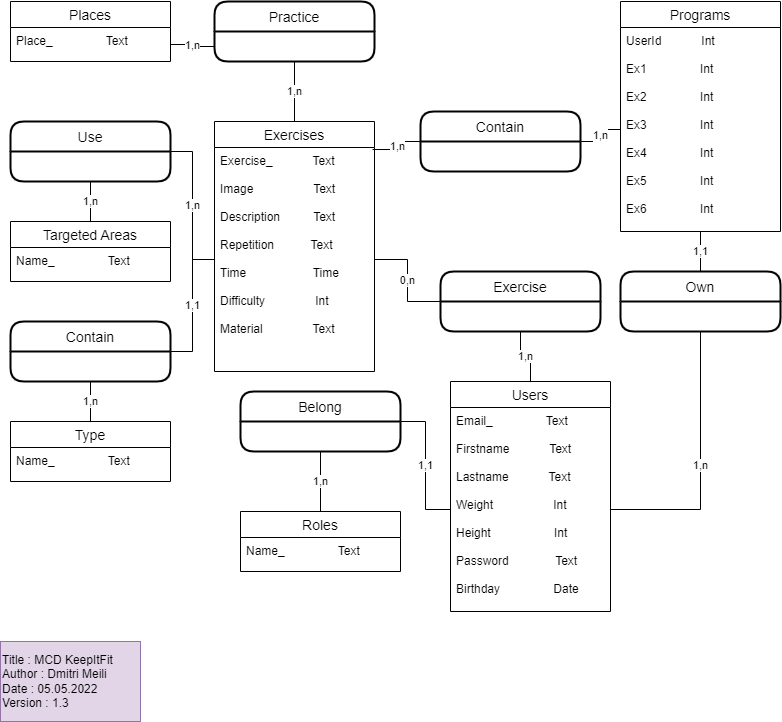
Above: Doc/MCD-MLD/MCD.png in dmitrimeili/KeepItFit (draw.io), before the change. Source tidied: cells renumbered, new cells last; positions are measured from the earlier drawing's top-left corner, leaving out a move shared by most shapes.
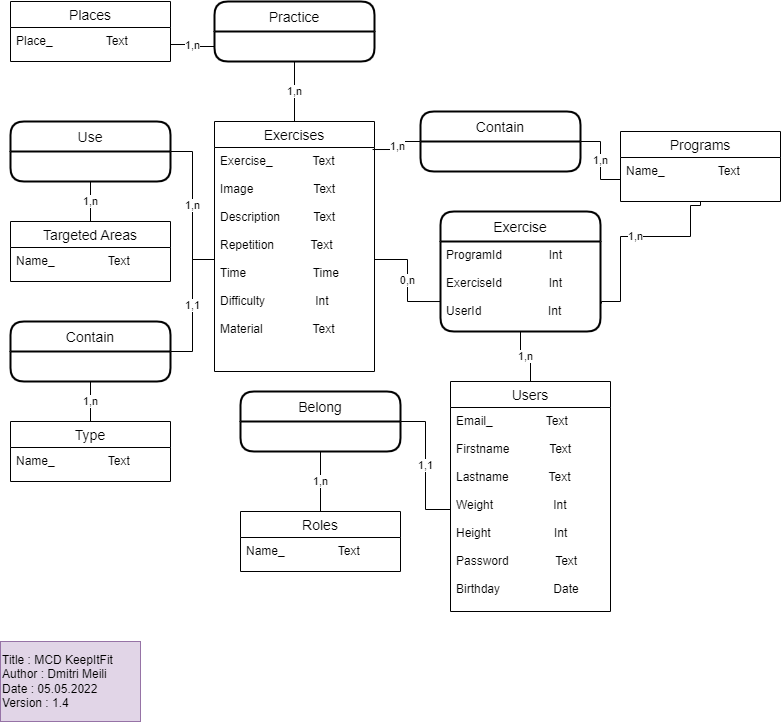
Above is the later version.

Commit message:
update mcd & create use case

What changed in the source:
```diff
@@ -2,7 +2,7 @@
   <root>
     <mxCell id="0" />
     <mxCell id="1" parent="0" />
-    <mxCell id="2" value="1,n" style="edgeStyle=orthogonalEdgeStyle;rounded=0;jettySize=auto;html=1;exitX=0.5;exitY=0;exitDx=0;exitDy=0;entryX=0.5;entryY=1;entryDx=0;entryDy=0;endArrow=none;endFill=0;" parent="1" edge="1" source="3" target="16">
+    <mxCell id="2" value="1,n" style="edgeStyle=orthogonalEdgeStyle;rounded=0;jettySize=auto;html=1;exitX=0.5;exitY=0;exitDx=0;exitDy=0;entryX=0.5;entryY=1;entryDx=0;entryDy=0;endArrow=none;endFill=0;" parent="1" edge="1" source="3" target="38">
       <mxGeometry relative="1" as="geometry" />
     </mxCell>
     <mxCell id="3" value="Users" style="swimlane;fontStyle=0;horizontal=1;startSize=26;align=center;fontSize=14;" parent="1" vertex="1">
@@ -41,12 +41,21 @@
     <mxCell id="14" value="Exercise_            Text&#10;&#10;Image                  Text&#10;&#10;Description          Text&#10;&#10;Repetition           Text&#10;&#10;Time                    Time&#10;&#10;Difficulty               Int&#10;&#10;Material               Text&#10;&#10;" style="text;strokeColor=none;fillColor=none;spacingLeft=4;spacingRight=4;overflow=hidden;points=[[0,0.5],[1,0.5]];portConstraint=eastwest;fontSize=12;" parent="13" vertex="1">
       <mxGeometry y="26" width="160" height="224" as="geometry" />
     </mxCell>
-    <mxCell id="15" value="0,n" style="edgeStyle=orthogonalEdgeStyle;rounded=0;jettySize=auto;html=1;exitX=0;exitY=0.5;exitDx=0;exitDy=0;endArrow=none;endFill=0;" parent="1" edge="1" source="16" target="14">
+    <mxCell id="15" value="0,n" style="edgeStyle=orthogonalEdgeStyle;rounded=0;jettySize=auto;html=1;exitX=0;exitY=0.667;exitDx=0;exitDy=0;endArrow=none;endFill=0;exitPerimeter=0;" parent="1" edge="1" source="38" target="14">
       <mxGeometry relative="1" as="geometry" />
     </mxCell>
-    <mxCell id="16" value="Exercise" style="swimlane;horizontal=1;startSize=30;rounded=1;fontSize=14;fontStyle=0;strokeWidth=2;shadow=0;dashed=0;align=center;" parent="1" vertex="1">
-      <mxGeometry x="440" y="270" width="160" height="60" as="geometry" />
-    </mxCell>
+    <mxCell id="34" value="1,n" style="edgeStyle=orthogonalEdgeStyle;rounded=0;jettySize=auto;html=1;exitX=1.006;exitY=0.689;exitDx=0;exitDy=0;endArrow=none;endFill=0;exitPerimeter=0;" parent="1" edge="1" source="38" target="30">
+      <mxGeometry relative="1" as="geometry">
+        <Array as="points">
+          <mxPoint x="601" y="300" />
+          <mxPoint x="620" y="300" />
+          <mxPoint x="620" y="235" />
+          <mxPoint x="690" y="235" />
+          <mxPoint x="690" y="204" />
+          <mxPoint x="700" y="204" />
+        </Array>
+      </mxGeometry>
+    </mxCell>
     <mxCell id="17" value="Practice" style="swimlane;horizontal=1;startSize=30;rounded=1;fontSize=14;fontStyle=0;strokeWidth=2;shadow=0;dashed=0;align=center;" parent="1" vertex="1">
       <mxGeometry x="214" width="160" height="60" as="geometry" />
     </mxCell>
@@ -80,27 +89,18 @@
     <mxCell id="27" value="Name_                Text" style="text;strokeColor=none;fillColor=none;spacingLeft=4;spacingRight=4;overflow=hidden;fontSize=12;" parent="26" vertex="1">
       <mxGeometry y="26" width="160" height="34" as="geometry" />
     </mxCell>
-    <mxCell id="28" value="Title : MCD KeepItFit&lt;br&gt;Author : Dmitri Meili&lt;br&gt;Date : 05.05.2022&lt;br&gt;Version : 1.3" style="rounded=0;whiteSpace=wrap;html=1;fillColor=#e1d5e7;strokeColor=#9673a6;align=left;" parent="1" vertex="1">
+    <mxCell id="28" value="Title : MCD KeepItFit&lt;br&gt;Author : Dmitri Meili&lt;br&gt;Date : 05.05.2022&lt;br&gt;Version : 1.4" style="rounded=0;whiteSpace=wrap;html=1;fillColor=#e1d5e7;strokeColor=#9673a6;align=left;" parent="1" vertex="1">
       <mxGeometry y="640" width="140" height="80" as="geometry" />
     </mxCell>
     <mxCell id="29" value="Programs" style="swimlane;fontStyle=0;horizontal=1;startSize=26;align=center;fontSize=14;" parent="1" vertex="1">
-      <mxGeometry x="620" width="160" height="230" as="geometry" />
+      <mxGeometry x="620" y="130" width="160" height="70" as="geometry" />
     </mxCell>
-    <mxCell id="30" value="UserId            Int&#10;&#10;Ex1                Int&#10;&#10;Ex2                Int&#10;&#10;Ex3                Int&#10;&#10;Ex4                Int&#10;&#10;Ex5                Int&#10;&#10;Ex6                Int&#10;" style="text;strokeColor=none;fillColor=none;spacingLeft=4;spacingRight=4;overflow=hidden;points=[[0,0.5],[1,0.5]];portConstraint=eastwest;fontSize=12;" parent="29" vertex="1">
-      <mxGeometry y="26" width="160" height="204" as="geometry" />
+    <mxCell id="30" value="Name_                Text" style="text;strokeColor=none;fillColor=none;spacingLeft=4;spacingRight=4;overflow=hidden;points=[[0,0.5],[1,0.5]];portConstraint=eastwest;fontSize=12;" parent="29" vertex="1">
+      <mxGeometry y="26" width="160" height="44" as="geometry" />
     </mxCell>
     <mxCell id="31" value="1,n" style="edgeStyle=orthogonalEdgeStyle;rounded=0;jettySize=auto;html=1;exitX=1;exitY=0.5;exitDx=0;exitDy=0;entryX=0;entryY=0.75;entryDx=0;entryDy=0;endArrow=none;endFill=0;" parent="1" edge="1" source="11" target="17">
       <mxGeometry relative="1" as="geometry" />
     </mxCell>
-    <mxCell id="32" value="1,1" style="edgeStyle=orthogonalEdgeStyle;rounded=0;jettySize=auto;html=1;exitX=0.5;exitY=0;exitDx=0;exitDy=0;entryX=0.5;entryY=1;entryDx=0;entryDy=0;entryPerimeter=0;endArrow=none;endFill=0;" parent="1" edge="1" source="33" target="30">
-      <mxGeometry relative="1" as="geometry" />
-    </mxCell>
-    <mxCell id="33" value="Own" style="swimlane;horizontal=1;startSize=30;rounded=1;fontSize=14;fontStyle=0;strokeWidth=2;shadow=0;dashed=0;align=center;" parent="1" vertex="1">
-      <mxGeometry x="620" y="270" width="160" height="60" as="geometry" />
-    </mxCell>
-    <mxCell id="34" value="1,n" style="edgeStyle=orthogonalEdgeStyle;rounded=0;jettySize=auto;html=1;exitX=1;exitY=0.5;exitDx=0;exitDy=0;entryX=0.5;entryY=1;entryDx=0;entryDy=0;endArrow=none;endFill=0;" parent="1" edge="1" source="4" target="33">
-      <mxGeometry relative="1" as="geometry" />
-    </mxCell>
     <mxCell id="35" value="1,n" style="edgeStyle=orthogonalEdgeStyle;rounded=0;jettySize=auto;html=1;exitX=0;exitY=0.5;exitDx=0;exitDy=0;entryX=0.988;entryY=0.009;entryDx=0;entryDy=0;entryPerimeter=0;endArrow=none;endFill=0;" parent="1" edge="1" source="37" target="14">
       <mxGeometry relative="1" as="geometry" />
     </mxCell>
@@ -110,5 +110,11 @@
     <mxCell id="37" value="Contain" style="swimlane;horizontal=1;startSize=30;rounded=1;fontSize=14;fontStyle=0;strokeWidth=2;shadow=0;dashed=0;align=center;" parent="1" vertex="1">
       <mxGeometry x="420" y="110" width="160" height="60" as="geometry" />
     </mxCell>
+    <mxCell id="16" value="Exercise" style="swimlane;horizontal=1;startSize=30;rounded=1;fontSize=14;fontStyle=0;strokeWidth=2;shadow=0;dashed=0;align=center;" parent="1" vertex="1">
+      <mxGeometry x="440" y="210" width="160" height="120" as="geometry" />
+    </mxCell>
+    <mxCell id="38" value="ProgramId              Int&#10;&#10;ExerciseId              Int&#10;&#10;UserId                    Int&#10;" style="align=left;strokeColor=none;fillColor=none;spacingLeft=4;fontSize=12;verticalAlign=top;" parent="16" vertex="1">
+      <mxGeometry y="30" width="160" height="90" as="geometry" />
+    </mxCell>
   </root>
 </mxGraphModel>
```
